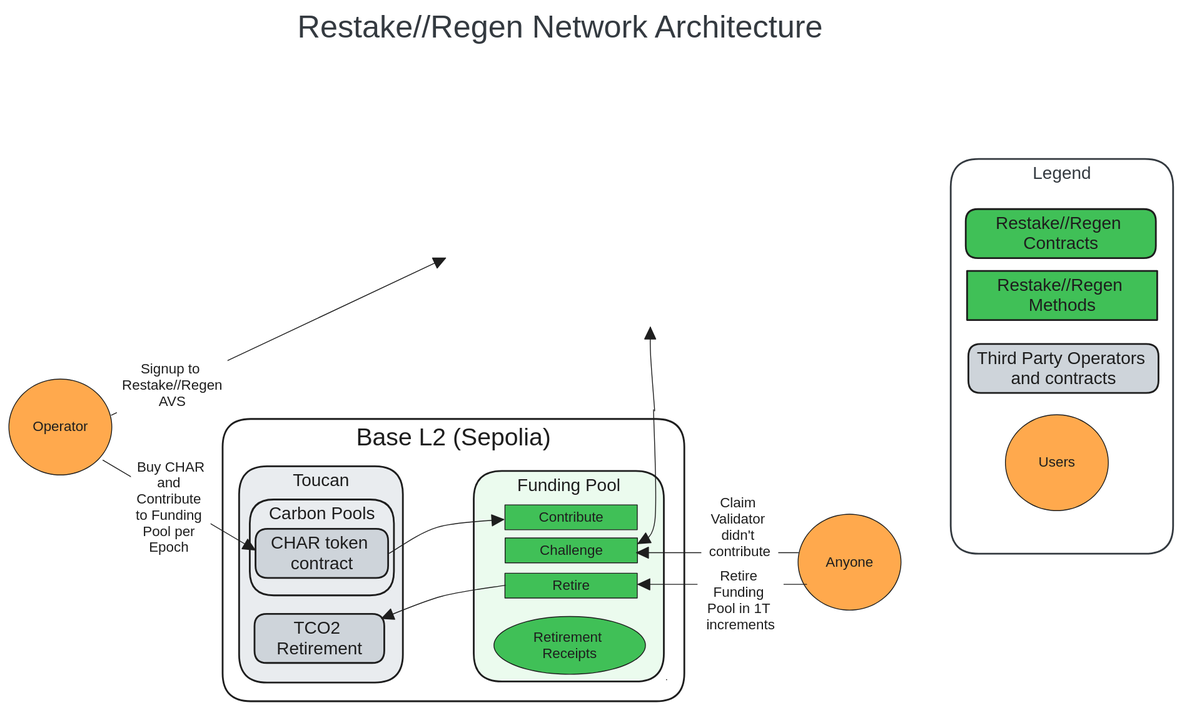
Before: figures/L2_network_diagram.excalidraw.svg, a diagram exported from Excalidraw (willemolding/Restake-Regen). Source tidied: one line per element, renumbered; positions are measured from the earlier drawing's top-left corner, leaving out a move shared by most shapes.
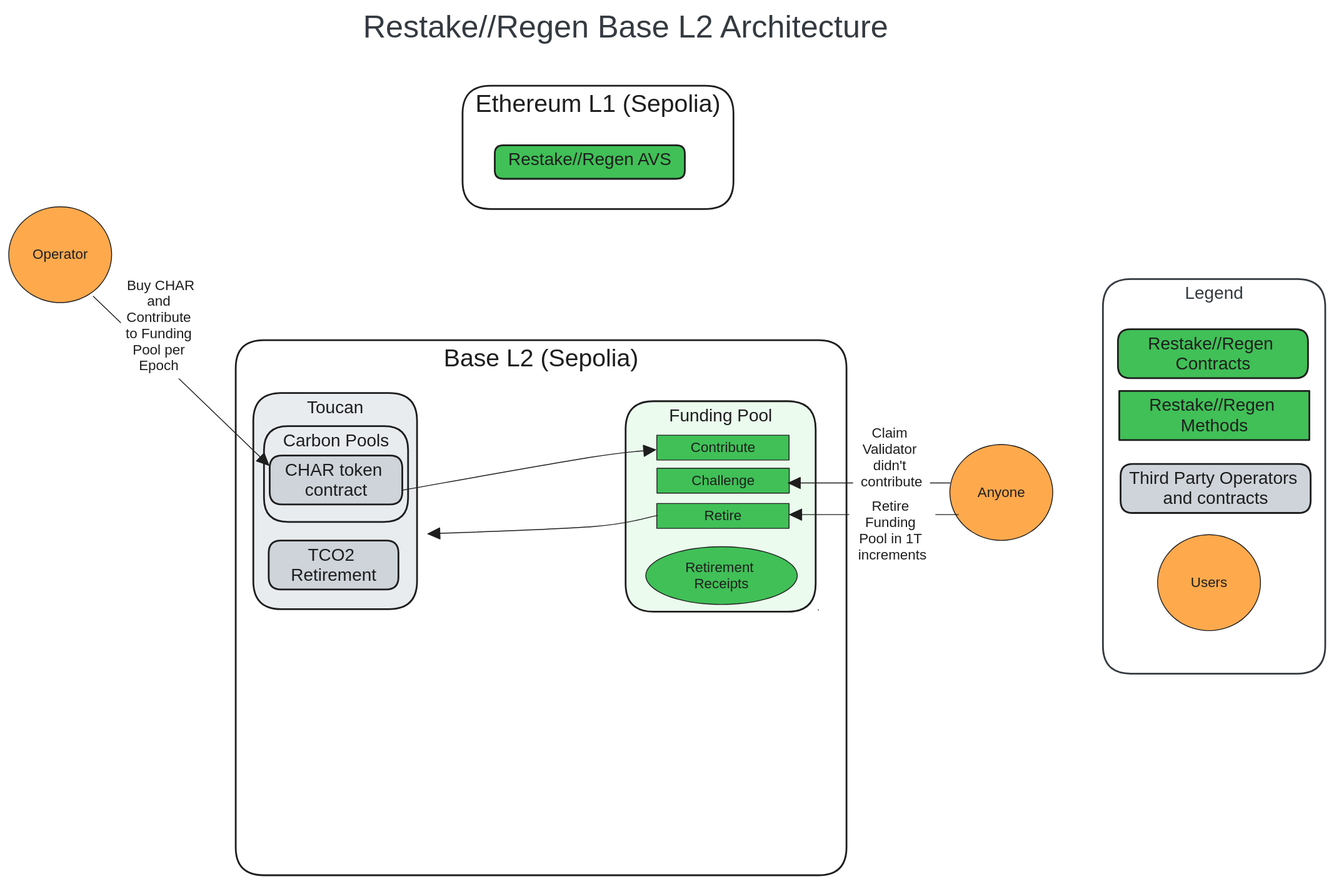
After the change.

Commit message:
Starting on  L1 and L2network diagrams

Change to the diagram source:
```diff
@@ -1,39 +1,35 @@
-{"id": 0, "type": "rectangle", "strokeColor": "#1e1e1e", "backgroundColor": "#e9ecef", "fillStyle": "solid", "strokeWidth": 2, "roughness": 0, "round": true, "x": 263, "y": 523, "width": 187, "height": 247}
+{"id": 0, "type": "rectangle", "strokeColor": "#1e1e1e", "backgroundColor": "#e9ecef", "fillStyle": "solid", "strokeWidth": 2, "roughness": 0, "round": true, "x": 105, "y": 302, "width": 187, "height": 247}
-{"id": 1, "type": "text", "text": "Toucan", "strokeColor": "#1e1e1e", "strokeWidth": 2, "roughness": 0, "fontSize": 20, "fontFamily": 2, "textAlign": "center", "inside": 0, "x": 324, "y": 528, "width": 64, "height": 23}
+{"id": 1, "type": "text", "text": "Toucan", "strokeColor": "#1e1e1e", "strokeWidth": 2, "roughness": 0, "fontSize": 20, "fontFamily": 2, "textAlign": "center", "inside": 0, "x": 166, "y": 307, "width": 64, "height": 23}
-{"id": 2, "type": "rectangle", "strokeColor": "#1e1e1e", "strokeWidth": 2, "roughness": 0, "round": true, "x": 244, "y": 469, "width": 528, "height": 322}
+{"id": 2, "type": "rectangle", "strokeColor": "#1e1e1e", "strokeWidth": 2, "roughness": 0, "round": true, "x": 85, "y": 241, "width": 698, "height": 611}
-{"id": 3, "type": "text", "text": "Base L2 (Sepolia)", "strokeColor": "#1e1e1e", "strokeWidth": 2, "roughness": 0, "fontSize": 28, "fontFamily": 2, "textAlign": "center", "inside": 2, "x": 397, "y": 474, "width": 223, "height": 32}
+{"id": 3, "type": "text", "text": "Base L2 (Sepolia)", "strokeColor": "#1e1e1e", "strokeWidth": 2, "roughness": 0, "fontSize": 28, "fontFamily": 2, "textAlign": "center", "inside": 2, "x": 323, "y": 246, "width": 223, "height": 32}
-{"id": 4, "type": "rectangle", "strokeColor": "#1e1e1e", "backgroundColor": "#e9ecef", "fillStyle": "solid", "strokeWidth": 2, "roughness": 0, "round": true, "x": 275, "y": 561, "width": 165, "height": 110}
+{"id": 4, "type": "rectangle", "strokeColor": "#1e1e1e", "backgroundColor": "#e9ecef", "fillStyle": "solid", "strokeWidth": 2, "roughness": 0, "round": true, "x": 117, "y": 340, "width": 165, "height": 110}
-{"id": 5, "type": "text", "text": "Carbon Pools", "strokeColor": "#1e1e1e", "strokeWidth": 2, "roughness": 0, "fontSize": 20, "fontFamily": 2, "textAlign": "center", "inside": 4, "x": 297, "y": 566, "width": 121, "height": 23}
+{"id": 5, "type": "text", "text": "Carbon Pools", "strokeColor": "#1e1e1e", "strokeWidth": 2, "roughness": 0, "fontSize": 20, "fontFamily": 2, "textAlign": "center", "inside": 4, "x": 139, "y": 345, "width": 121, "height": 23}
-{"id": 6, "type": "arrow", "strokeColor": "#1e1e1e", "strokeWidth": 1, "roughness": 0, "endArrowhead": "triangle", "round": true, "from": 23, "x": 117, "y": 464, "width": 382, "height": 180, "points": [[0, 0], [382, -180]]}
-{"id": 7, "type": "rectangle", "strokeColor": "transparent", "backgroundColor": "#ffffff", "fillStyle": "solid", "strokeWidth": 1, "roughness": 0, "x": 123, "y": 397, "width": 126, "height": 66}
-{"id": 8, "type": "text", "text": "Signup to \nRestake//Regen\nAVS", "strokeColor": "#1e1e1e", "backgroundColor": "#ffffff", "fillStyle": "solid", "strokeWidth": 1, "roughness": 0, "fontSize": 16, "fontFamily": 2, "textAlign": "center", "verticalAlign": "middle", "inside": 7, "x": 129, "y": 403, "width": 115, "height": 55}
-{"id": 9, "type": "rectangle", "strokeColor": "#1e1e1e", "backgroundColor": "#ced4da", "fillStyle": "solid", "strokeWidth": 2, "roughness": 0, "round": true, "x": 282, "y": 594, "width": 152, "height": 56}
+{"id": 9, "type": "rectangle", "strokeColor": "#1e1e1e", "backgroundColor": "#ced4da", "fillStyle": "solid", "strokeWidth": 2, "roughness": 0, "round": true, "x": 124, "y": 373, "width": 152, "height": 56}
-{"id": 10, "type": "text", "text": "CHAR token \ncontract", "strokeColor": "#1e1e1e", "strokeWidth": 2, "roughness": 0, "fontSize": 20, "fontFamily": 2, "textAlign": "center", "inside": 9, "x": 299, "y": 599, "width": 117, "height": 46}
+{"id": 10, "type": "text", "text": "CHAR token \ncontract", "strokeColor": "#1e1e1e", "strokeWidth": 2, "roughness": 0, "fontSize": 20, "fontFamily": 2, "textAlign": "center", "inside": 9, "x": 141, "y": 378, "width": 117, "height": 46}
-{"id": 11, "type": "rectangle", "strokeColor": "#1e1e1e", "backgroundColor": "#ebfbee", "fillStyle": "solid", "strokeWidth": 2, "roughness": 0, "round": true, "x": 531, "y": 528, "width": 217, "height": 241}
+{"id": 11, "type": "rectangle", "strokeColor": "#1e1e1e", "backgroundColor": "#ebfbee", "fillStyle": "solid", "strokeWidth": 2, "roughness": 0, "round": true, "x": 531, "y": 311, "width": 217, "height": 241}
-{"id": 12, "type": "text", "text": "Funding Pool\n\n\n\n\n\n", "strokeColor": "#1e1e1e", "strokeWidth": 2, "roughness": 0, "fontSize": 20, "fontFamily": 2, "textAlign": "center", "inside": 11, "x": 581, "y": 533, "width": 118, "height": 161}
+{"id": 12, "type": "text", "text": "Funding Pool\n\n\n\n\n\n", "strokeColor": "#1e1e1e", "strokeWidth": 2, "roughness": 0, "fontSize": 20, "fontFamily": 2, "textAlign": "center", "inside": 11, "x": 580, "y": 316, "width": 118, "height": 161}
-{"id": 13, "type": "rectangle", "strokeColor": "#1e1e1e", "backgroundColor": "#40c057", "fillStyle": "solid", "strokeWidth": 1, "roughness": 0, "x": 567, "y": 567, "width": 151, "height": 28}
+{"id": 13, "type": "rectangle", "strokeColor": "#1e1e1e", "backgroundColor": "#40c057", "fillStyle": "solid", "strokeWidth": 1, "roughness": 0, "x": 566, "y": 350, "width": 151, "height": 28}
-{"id": 14, "type": "text", "text": "Contribute", "strokeColor": "#1e1e1e", "strokeWidth": 1, "roughness": 0, "fontSize": 16, "fontFamily": 2, "textAlign": "center", "verticalAlign": "middle", "inside": 13, "x": 605, "y": 572, "width": 74, "height": 18}
+{"id": 14, "type": "text", "text": "Contribute", "strokeColor": "#1e1e1e", "strokeWidth": 1, "roughness": 0, "fontSize": 16, "fontFamily": 2, "textAlign": "center", "verticalAlign": "middle", "inside": 13, "x": 605, "y": 355, "width": 74, "height": 18}
-{"id": 15, "type": "rectangle", "strokeColor": "#1e1e1e", "backgroundColor": "#40c057", "fillStyle": "solid", "strokeWidth": 1, "roughness": 0, "x": 567, "y": 605, "width": 151, "height": 28}
+{"id": 15, "type": "rectangle", "strokeColor": "#1e1e1e", "backgroundColor": "#40c057", "fillStyle": "solid", "strokeWidth": 1, "roughness": 0, "x": 566, "y": 388, "width": 151, "height": 28}
-{"id": 16, "type": "text", "text": "Challenge", "strokeColor": "#1e1e1e", "strokeWidth": 1, "roughness": 0, "fontSize": 16, "fontFamily": 2, "textAlign": "center", "verticalAlign": "middle", "inside": 15, "x": 607, "y": 610, "width": 72, "height": 18}
+{"id": 16, "type": "text", "text": "Challenge", "strokeColor": "#1e1e1e", "strokeWidth": 1, "roughness": 0, "fontSize": 16, "fontFamily": 2, "textAlign": "center", "verticalAlign": "middle", "inside": 15, "x": 606, "y": 393, "width": 72, "height": 18}
-{"id": 17, "type": "rectangle", "strokeColor": "#1e1e1e", "backgroundColor": "#40c057", "fillStyle": "solid", "strokeWidth": 1, "roughness": 0, "x": 567, "y": 645, "width": 151, "height": 28}
+{"id": 17, "type": "rectangle", "strokeColor": "#1e1e1e", "backgroundColor": "#40c057", "fillStyle": "solid", "strokeWidth": 1, "roughness": 0, "x": 566, "y": 428, "width": 151, "height": 28}
-{"id": 18, "type": "text", "text": "Retire", "strokeColor": "#1e1e1e", "strokeWidth": 1, "roughness": 0, "fontSize": 16, "fontFamily": 2, "textAlign": "center", "verticalAlign": "middle", "inside": 17, "x": 621, "y": 650, "width": 43, "height": 18}
+{"id": 18, "type": "text", "text": "Retire", "strokeColor": "#1e1e1e", "strokeWidth": 1, "roughness": 0, "fontSize": 16, "fontFamily": 2, "textAlign": "center", "verticalAlign": "middle", "inside": 17, "x": 620, "y": 433, "width": 43, "height": 18}
-{"id": 19, "type": "ellipse", "strokeColor": "#1e1e1e", "backgroundColor": "#40c057", "fillStyle": "solid", "strokeWidth": 1, "roughness": 0, "x": 554, "y": 694, "width": 173, "height": 66}
+{"id": 19, "type": "ellipse", "strokeColor": "#1e1e1e", "backgroundColor": "#40c057", "fillStyle": "solid", "strokeWidth": 1, "roughness": 0, "x": 554, "y": 477, "width": 173, "height": 66}
-{"id": 20, "type": "text", "text": "Retirement \nReceipts", "strokeColor": "#1e1e1e", "strokeWidth": 1, "roughness": 0, "fontSize": 16, "fontFamily": 2, "textAlign": "center", "verticalAlign": "middle", "inside": 19, "x": 599, "y": 709, "width": 83, "height": 37}
+{"id": 20, "type": "text", "text": "Retirement \nReceipts", "strokeColor": "#1e1e1e", "strokeWidth": 1, "roughness": 0, "fontSize": 16, "fontFamily": 2, "textAlign": "center", "verticalAlign": "middle", "inside": 19, "x": 599, "y": 492, "width": 83, "height": 37}
-{"id": 21, "type": "arrow", "strokeColor": "#1e1e1e", "strokeWidth": 1, "roughness": 0, "endArrowhead": "triangle", "round": true, "from": 2, "to": 11, "x": 751, "y": 766, "width": 0, "height": 0, "points": [[0, 0], [0, 0]]}
+{"id": 21, "type": "arrow", "strokeColor": "#1e1e1e", "strokeWidth": 1, "roughness": 0, "endArrowhead": "triangle", "round": true, "from": 11, "to": 11, "x": 751, "y": 550, "width": 0, "height": 0, "points": [[0, 0], [0, 0]]}
-{"id": 22, "type": "arrow", "strokeColor": "#1e1e1e", "strokeWidth": 1, "roughness": 0, "endArrowhead": "triangle", "round": true, "from": 2, "x": 738, "y": 459, "width": 5, "height": 96, "points": [[0, 0], [-5, -64], [-5, -96]]}
-{"id": 23, "type": "ellipse", "strokeColor": "#1e1e1e", "backgroundColor": "#ffa94d", "fillStyle": "solid", "strokeWidth": 1, "roughness": 0, "x": 0, "y": 423, "width": 118, "height": 110}
+{"id": 23, "type": "ellipse", "strokeColor": "#1e1e1e", "backgroundColor": "#ffa94d", "fillStyle": "solid", "strokeWidth": 1, "roughness": 0, "x": -174, "y": 89, "width": 118, "height": 110}
-{"id": 24, "type": "text", "text": "Operator", "strokeColor": "#1e1e1e", "strokeWidth": 1, "roughness": 0, "fontSize": 16, "fontFamily": 2, "textAlign": "center", "verticalAlign": "middle", "inside": 23, "x": 27, "y": 468, "width": 63, "height": 18}
+{"id": 24, "type": "text", "text": "Operator", "strokeColor": "#1e1e1e", "strokeWidth": 1, "roughness": 0, "fontSize": 16, "fontFamily": 2, "textAlign": "center", "verticalAlign": "middle", "inside": 23, "x": -147, "y": 134, "width": 63, "height": 18}
-{"id": 25, "type": "arrow", "strokeColor": "#1e1e1e", "strokeWidth": 1, "roughness": 0, "endArrowhead": "triangle", "round": true, "from": 23, "to": 9, "x": 107, "y": 516, "width": 174, "height": 103, "points": [[0, 0], [174, 103]]}
+{"id": 25, "type": "arrow", "strokeColor": "#1e1e1e", "strokeWidth": 1, "roughness": 0, "endArrowhead": "triangle", "round": true, "from": 23, "to": 9, "x": -78, "y": 191, "width": 201, "height": 193, "points": [[0, 0], [201, 193]]}
-{"id": 26, "type": "rectangle", "strokeColor": "transparent", "backgroundColor": "#ffffff", "fillStyle": "solid", "strokeWidth": 1, "roughness": 0, "x": 139, "y": 509, "width": 91, "height": 121}
+{"id": 26, "type": "rectangle", "strokeColor": "transparent", "backgroundColor": "#ffffff", "fillStyle": "solid", "strokeWidth": 1, "roughness": 0, "x": -46, "y": 164, "width": 91, "height": 121}
-{"id": 27, "type": "text", "text": "Buy CHAR\nand \nContribute \nto Funding \nPool per \nEpoch ", "strokeColor": "#1e1e1e", "backgroundColor": "#ffffff", "fillStyle": "solid", "strokeWidth": 1, "roughness": 0, "fontSize": 16, "fontFamily": 2, "textAlign": "center", "verticalAlign": "middle", "inside": 26, "x": 145, "y": 514, "width": 80, "height": 110}
+{"id": 27, "type": "text", "text": "Buy CHAR\nand \nContribute \nto Funding \nPool per \nEpoch ", "strokeColor": "#1e1e1e", "backgroundColor": "#ffffff", "fillStyle": "solid", "strokeWidth": 1, "roughness": 0, "fontSize": 16, "fontFamily": 2, "textAlign": "center", "verticalAlign": "middle", "inside": 26, "x": -41, "y": 170, "width": 80, "height": 110}
-{"id": 28, "type": "arrow", "strokeColor": "#1e1e1e", "strokeWidth": 1, "roughness": 0, "endArrowhead": "triangle", "round": true, "from": 34, "x": 902, "y": 621, "width": 185, "height": 0, "points": [[0, 0], [-185, 0]]}
+{"id": 28, "type": "arrow", "strokeColor": "#1e1e1e", "strokeWidth": 1, "roughness": 0, "endArrowhead": "triangle", "round": true, "from": 34, "x": 901, "y": 405, "width": 185, "height": 0, "points": [[0, 0], [-185, 0]]}
-{"id": 29, "type": "rectangle", "strokeColor": "transparent", "backgroundColor": "#ffffff", "fillStyle": "solid", "strokeWidth": 1, "roughness": 0, "x": 791, "y": 550, "width": 88, "height": 84}
+{"id": 29, "type": "rectangle", "strokeColor": "transparent", "backgroundColor": "#ffffff", "fillStyle": "solid", "strokeWidth": 1, "roughness": 0, "x": 791, "y": 334, "width": 88, "height": 84}
-{"id": 30, "type": "text", "text": "Claim \nValidator \ndidn't \ncontribute", "strokeColor": "#1e1e1e", "backgroundColor": "#ffffff", "fillStyle": "solid", "strokeWidth": 1, "roughness": 0, "fontSize": 16, "fontFamily": 2, "textAlign": "center", "verticalAlign": "middle", "inside": 29, "x": 800, "y": 555, "width": 70, "height": 74}
+{"id": 30, "type": "text", "text": "Claim \nValidator \ndidn't \ncontribute", "strokeColor": "#1e1e1e", "backgroundColor": "#ffffff", "fillStyle": "solid", "strokeWidth": 1, "roughness": 0, "fontSize": 16, "fontFamily": 2, "textAlign": "center", "verticalAlign": "middle", "inside": 29, "x": 799, "y": 339, "width": 70, "height": 74}
-{"id": 31, "type": "ellipse", "strokeColor": "#1e1e1e", "backgroundColor": "#ffa94d", "fillStyle": "solid", "strokeWidth": 1, "roughness": 0, "x": 902, "y": 577, "width": 118, "height": 110}
+{"id": 31, "type": "ellipse", "strokeColor": "#1e1e1e", "backgroundColor": "#ffa94d", "fillStyle": "solid", "strokeWidth": 1, "roughness": 0, "x": 901, "y": 361, "width": 118, "height": 110}
-{"id": 32, "type": "text", "text": "Anyone", "strokeColor": "#1e1e1e", "strokeWidth": 1, "roughness": 0, "fontSize": 16, "fontFamily": 2, "textAlign": "center", "verticalAlign": "middle", "inside": 31, "x": 933, "y": 623, "width": 54, "height": 18}
+{"id": 32, "type": "text", "text": "Anyone", "strokeColor": "#1e1e1e", "strokeWidth": 1, "roughness": 0, "fontSize": 16, "fontFamily": 2, "textAlign": "center", "verticalAlign": "middle", "inside": 31, "x": 933, "y": 406, "width": 54, "height": 18}
-{"id": 33, "type": "arrow", "strokeColor": "#1e1e1e", "strokeWidth": 1, "roughness": 0, "endArrowhead": "triangle", "round": true, "to": 17, "x": 911, "y": 658, "width": 193, "height": 0, "points": [[0, 0], [-193, 0]]}
+{"id": 33, "type": "arrow", "strokeColor": "#1e1e1e", "strokeWidth": 1, "roughness": 0, "endArrowhead": "triangle", "round": true, "to": 17, "x": 911, "y": 441, "width": 193, "height": 0, "points": [[0, 0], [-193, 0]]}
-{"id": 34, "type": "rectangle", "strokeColor": "transparent", "backgroundColor": "#ffffff", "fillStyle": "solid", "strokeWidth": 1, "roughness": 0, "x": 787, "y": 634, "width": 98, "height": 84}
+{"id": 34, "type": "rectangle", "strokeColor": "transparent", "backgroundColor": "#ffffff", "fillStyle": "solid", "strokeWidth": 1, "roughness": 0, "x": 786, "y": 417, "width": 98, "height": 84}
-{"id": 35, "type": "text", "text": "Retire \nFunding \nPool in 1T \nincrements", "strokeColor": "#1e1e1e", "backgroundColor": "#ffffff", "fillStyle": "solid", "strokeWidth": 1, "roughness": 0, "fontSize": 16, "fontFamily": 2, "textAlign": "center", "verticalAlign": "middle", "inside": 34, "x": 797, "y": 639, "width": 78, "height": 74}
+{"id": 35, "type": "text", "text": "Retire \nFunding \nPool in 1T \nincrements", "strokeColor": "#1e1e1e", "backgroundColor": "#ffffff", "fillStyle": "solid", "strokeWidth": 1, "roughness": 0, "fontSize": 16, "fontFamily": 2, "textAlign": "center", "verticalAlign": "middle", "inside": 34, "x": 796, "y": 422, "width": 78, "height": 74}
 {"id": 36, "type": "rectangle", "strokeColor": "#1e1e1e", "backgroundColor": "#40c057", "fillStyle": "solid", "strokeWidth": 2, "roughness": 0, "round": true, "x": 1093, "y": 229, "width": 217, "height": 56}
 {"id": 37, "type": "text", "text": "Restake//Regen \nContracts", "strokeColor": "#1e1e1e", "strokeWidth": 2, "roughness": 0, "fontSize": 20, "fontFamily": 2, "textAlign": "center", "inside": 36, "x": 1127, "y": 234, "width": 149, "height": 46}
 {"id": 38, "type": "rectangle", "strokeColor": "#343a40", "strokeWidth": 2, "roughness": 0, "round": true, "x": 1076, "y": 172, "width": 254, "height": 451}
@@ -44,9 +40,12 @@
 {"id": 43, "type": "text", "text": "Users", "strokeColor": "#1e1e1e", "strokeWidth": 1, "roughness": 0, "fontSize": 16, "fontFamily": 2, "textAlign": "center", "verticalAlign": "middle", "inside": 42, "x": 1176, "y": 509, "width": 42, "height": 18}
 {"id": 44, "type": "rectangle", "strokeColor": "#1e1e1e", "backgroundColor": "#ced4da", "fillStyle": "solid", "strokeWidth": 2, "roughness": 0, "round": true, "x": 1096, "y": 383, "width": 217, "height": 56}
 {"id": 45, "type": "text", "text": "Third Party Operators \nand contracts", "strokeColor": "#1e1e1e", "strokeWidth": 2, "roughness": 0, "fontSize": 20, "fontFamily": 2, "textAlign": "center", "inside": 44, "x": 1106, "y": 388, "width": 198, "height": 46}
-{"id": 46, "type": "rectangle", "strokeColor": "#1e1e1e", "backgroundColor": "#ced4da", "fillStyle": "solid", "strokeWidth": 2, "roughness": 0, "round": true, "x": 281, "y": 691, "width": 148, "height": 56}
+{"id": 46, "type": "rectangle", "strokeColor": "#1e1e1e", "backgroundColor": "#ced4da", "fillStyle": "solid", "strokeWidth": 2, "roughness": 0, "round": true, "x": 123, "y": 470, "width": 148, "height": 56}
-{"id": 47, "type": "text", "text": "TCO2 \nRetirement", "strokeColor": "#1e1e1e", "strokeWidth": 2, "roughness": 0, "fontSize": 20, "fontFamily": 2, "textAlign": "center", "inside": 46, "x": 306, "y": 696, "width": 98, "height": 46}
+{"id": 47, "type": "text", "text": "TCO2 \nRetirement", "strokeColor": "#1e1e1e", "strokeWidth": 2, "roughness": 0, "fontSize": 20, "fontFamily": 2, "textAlign": "center", "inside": 46, "x": 148, "y": 475, "width": 98, "height": 46}
-{"id": 48, "type": "arrow", "strokeColor": "#1e1e1e", "strokeWidth": 1, "roughness": 0, "endArrowhead": "triangle", "round": true, "from": 2, "to": 15, "x": 737, "y": 458, "width": 19, "height": 153, "points": [[0, 0], [2, 127], [-18, 153]]}
-{"id": 49, "type": "text", "text": "Restake//Regen Network Architecture", "strokeColor": "#343a40", "backgroundColor": "#ced4da", "fillStyle": "solid", "strokeWidth": 1, "roughness": 0, "fontSize": 36, "fontFamily": 2, "textAlign": "center", "x": 329, "y": 0, "width": 602, "height": 41}
+{"id": 49, "type": "text", "text": "Restake//Regen Base L2 Architecture", "strokeColor": "#343a40", "backgroundColor": "#ced4da", "fillStyle": "solid", "strokeWidth": 1, "roughness": 0, "fontSize": 36, "fontFamily": 2, "textAlign": "center", "x": 229, "y": -137, "width": 602, "height": 41}
-{"id": 50, "type": "arrow", "strokeColor": "#1e1e1e", "strokeWidth": 1, "roughness": 0, "endArrowhead": "triangle", "round": true, "to": 4, "x": 567, "y": 659, "width": 141, "height": 38, "points": [[0, 0], [-73, 13], [-141, 38]]}
+{"id": 50, "type": "arrow", "strokeColor": "#1e1e1e", "strokeWidth": 1, "roughness": 0, "endArrowhead": "triangle", "round": true, "to": 4, "x": 567, "y": 442, "width": 262, "height": 21, "points": [[0, 0], [-73, 13], [-262, 21]]}
-{"id": 51, "type": "arrow", "strokeColor": "#1e1e1e", "strokeWidth": 1, "roughness": 0, "endArrowhead": "triangle", "round": true, "from": 9, "to": 13, "x": 435, "y": 622, "width": 131, "height": 39, "points": [[0, 0], [55, -30], [131, -39]]}
+{"id": 51, "type": "arrow", "strokeColor": "#1e1e1e", "strokeWidth": 1, "roughness": 0, "endArrowhead": "triangle", "round": true, "from": 9, "to": 13, "x": 277, "y": 413, "width": 288, "height": 46, "points": [[0, 0], [212, -37], [288, -46]]}
+{"id": 52, "type": "rectangle", "strokeColor": "#1e1e1e", "strokeWidth": 2, "roughness": 0, "round": true, "x": 344, "y": -49, "width": 310, "height": 141}
+{"id": 53, "type": "text", "text": "Ethereum L1 (Sepolia)", "strokeColor": "#1e1e1e", "strokeWidth": 2, "roughness": 0, "fontSize": 28, "fontFamily": 2, "textAlign": "center", "inside": 52, "x": 359, "y": -44, "width": 280, "height": 32}
+{"id": 54, "type": "rectangle", "strokeColor": "#1e1e1e", "backgroundColor": "#40c057", "fillStyle": "solid", "strokeWidth": 2, "roughness": 0, "round": true, "x": 381, "y": 19, "width": 217, "height": 38}
+{"id": 55, "type": "text", "text": "Restake//Regen AVS", "strokeColor": "#1e1e1e", "strokeWidth": 2, "roughness": 0, "fontSize": 20, "fontFamily": 2, "textAlign": "center", "inside": 54, "x": 396, "y": 24, "width": 188, "height": 23}
```
